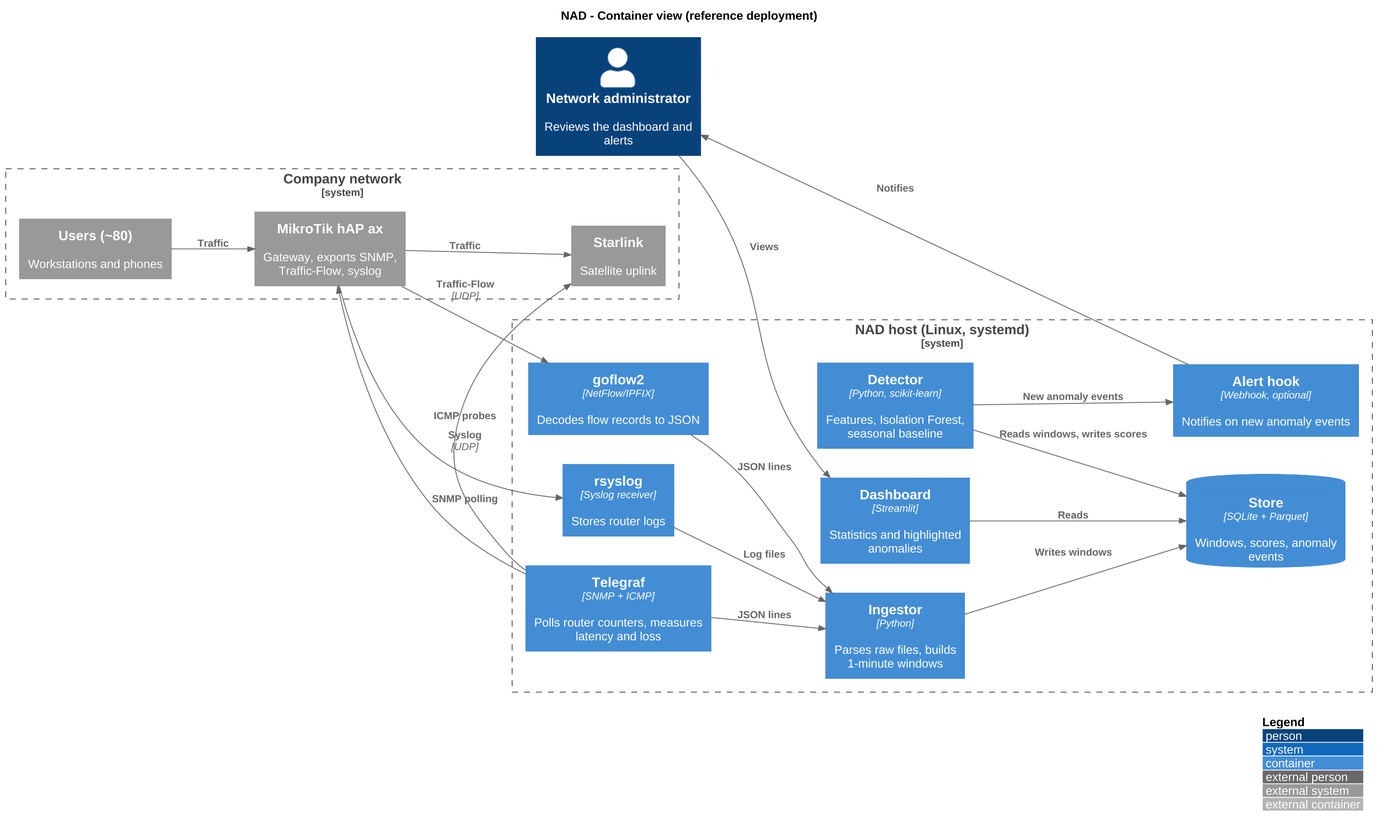
The PlantUML diagram docs/diagrams/nad-containers.png in RStephanH/NAD, before a commit.
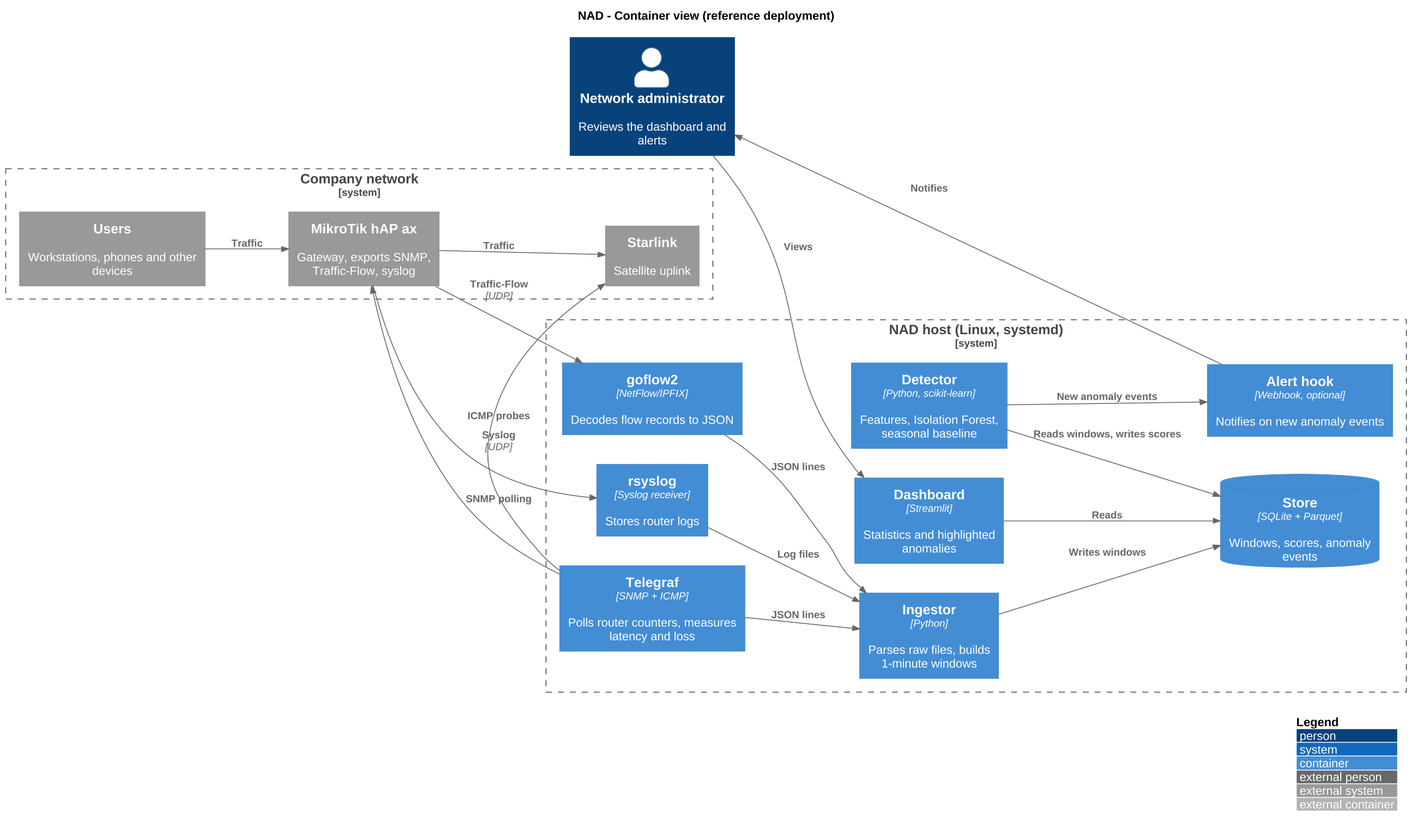
Above is the later version.

Diff of the diagram source:
```diff
@@ -9,7 +9,7 @@
 Person(admin, "Network administrator", "Reviews the dashboard and alerts")
 
 System_Boundary(site, "Company network") {
-  System_Ext(users, "Users (~80)", "Workstations and phones")
+  System_Ext(users, "Users", "Workstations, phones and other devices")
   System_Ext(gateway, "MikroTik hAP ax", "Gateway, exports SNMP, Traffic-Flow, syslog")
   System_Ext(uplink, "Starlink", "Satellite uplink")
 }
```
